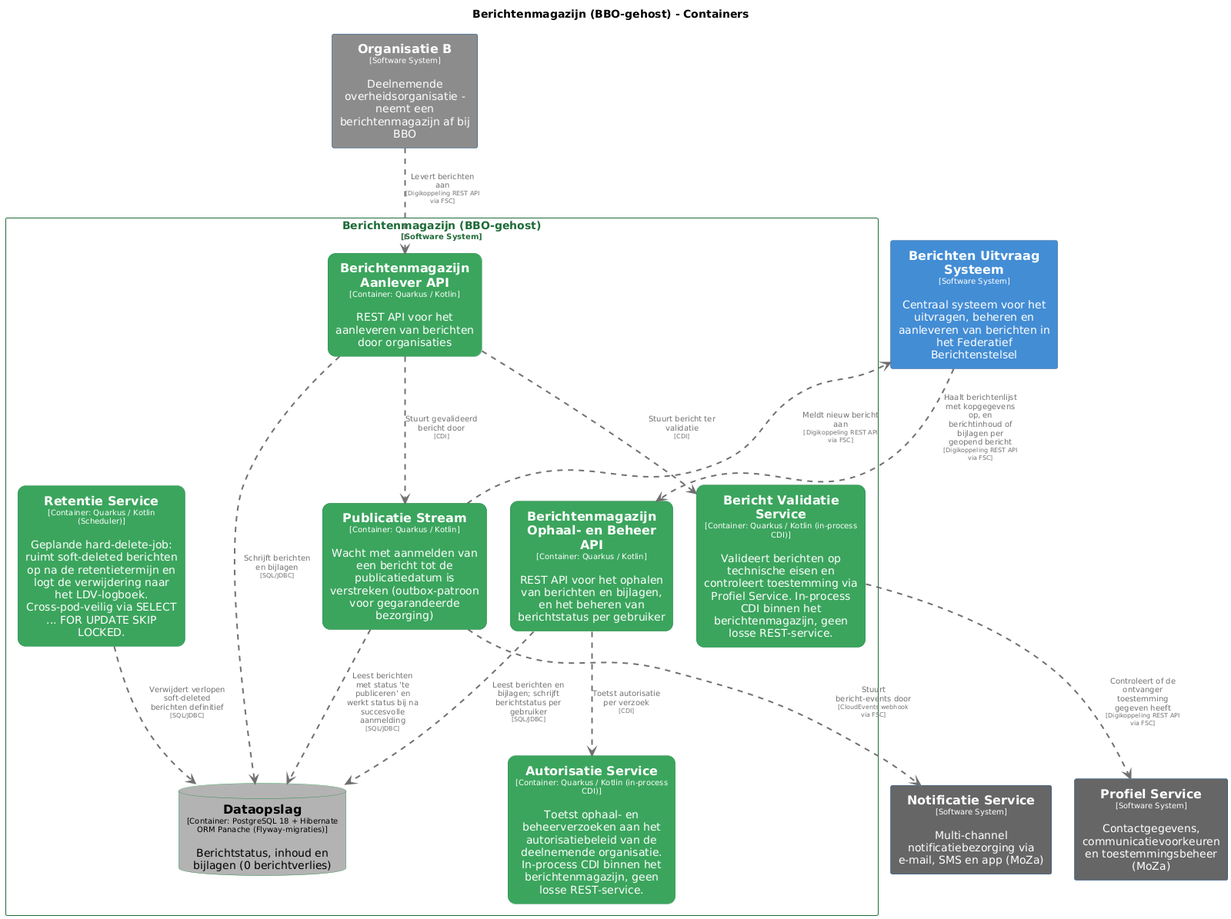
Above: pr-preview/pr-361/master/png/BerichtenmagazijnContainers.png in MinBZK/moza-poc-fbs-berichtenbox (PlantUML), before the change. Its diagram source:
```plantuml
@startuml
set separator none
title Berichtenmagazijn (BBO-gehost) - Containers

top to bottom direction
skinparam ranksep 60
skinparam nodesep 30

skinparam {
  arrowFontSize 10
  defaultTextAlignment center
  wrapWidth 200
  maxMessageSize 100
}

hide stereotype

skinparam rectangle<<BerichtenmagazijnBBOgehost.AutorisatieService>> {
  BackgroundColor #3ba55d
  FontColor #ffffff
  BorderColor #2d8a4e
  roundCorner 20
  shadowing false
}
skinparam rectangle<<BerichtenmagazijnBBOgehost.BerichtValidatieService>> {
  BackgroundColor #3ba55d
  FontColor #ffffff
  BorderColor #2d8a4e
  roundCorner 20
  shadowing false
}
skinparam rectangle<<BerichtenUitvraagSysteem>> {
  BackgroundColor #438dd5
  FontColor #ffffff
  BorderColor #2e6295
  shadowing false
}
skinparam rectangle<<BerichtenmagazijnBBOgehost.BerichtenmagazijnAanleverAPI>> {
  BackgroundColor #3ba55d
  FontColor #ffffff
  BorderColor #2d8a4e
  roundCorner 20
  shadowing false
}
skinparam rectangle<<BerichtenmagazijnBBOgehost.BerichtenmagazijnOphaalenBeheerAPI>> {
  BackgroundColor #3ba55d
  FontColor #ffffff
  BorderColor #2d8a4e
  roundCorner 20
  shadowing false
}
skinparam database<<BerichtenmagazijnBBOgehost.Dataopslag>> {
  BackgroundColor #b3b3b3
  FontColor #000000
  BorderColor #2d8a4e
  shadowing false
}
skinparam rectangle<<NotificatieService>> {
  BackgroundColor #666666
  FontColor #ffffff
  BorderColor #0b4884
  shadowing false
}
skinparam rectangle<<OrganisatieB>> {
  BackgroundColor #8c8c8c
  FontColor #ffffff
  BorderColor #0b4884
  shadowing false
}
skinparam rectangle<<ProfielService>> {
  BackgroundColor #666666
  FontColor #ffffff
  BorderColor #0b4884
  shadowing false
}
skinparam rectangle<<BerichtenmagazijnBBOgehost.PublicatieStream>> {
  BackgroundColor #3ba55d
  FontColor #ffffff
  BorderColor #2d8a4e
  roundCorner 20
  shadowing false
}
skinparam rectangle<<BerichtenmagazijnBBOgehost.RetentieService>> {
  BackgroundColor #3ba55d
  FontColor #ffffff
  BorderColor #2d8a4e
  roundCorner 20
  shadowing false
}
skinparam rectangle<<BerichtenmagazijnBBOgehost>> {
  BorderColor #1e6b38
  FontColor #1e6b38
  shadowing false
}

rectangle "==Profiel Service\n<size:10>[Software System]</size>\n\nContactgegevens, communicatievoorkeuren en toestemmingsbeheer (MoZa)" <<ProfielService>> as ProfielService
rectangle "==Notificatie Service\n<size:10>[Software System]</size>\n\nMulti-channel notificatiebezorging via e-mail, SMS en app (MoZa)" <<NotificatieService>> as NotificatieService
rectangle "==Organisatie B\n<size:10>[Software System]</size>\n\nDeelnemende overheidsorganisatie - neemt een berichtenmagazijn af bij BBO" <<OrganisatieB>> as OrganisatieB
rectangle "==Berichten Uitvraag Systeem\n<size:10>[Software System]</size>\n\nCentraal systeem voor het uitvragen, beheren en aanleveren van berichten in het Federatief Berichtenstelsel" <<BerichtenUitvraagSysteem>> as BerichtenUitvraagSysteem

rectangle "Berichtenmagazijn (BBO-gehost)\n<size:10>[Software System]</size>" <<BerichtenmagazijnBBOgehost>> {
  rectangle "==Berichtenmagazijn Ophaal- en Beheer API\n<size:10>[Container: Quarkus / Kotlin]</size>\n\nREST API voor het ophalen van berichten en bijlagen, en het beheren van berichtstatus per gebruiker" <<BerichtenmagazijnBBOgehost.BerichtenmagazijnOphaalenBeheerAPI>> as BerichtenmagazijnBBOgehost.BerichtenmagazijnOphaalenBeheerAPI
  rectangle "==Berichtenmagazijn Aanlever API\n<size:10>[Container: Quarkus / Kotlin]</size>\n\nREST API voor het aanleveren van berichten door organisaties" <<BerichtenmagazijnBBOgehost.BerichtenmagazijnAanleverAPI>> as BerichtenmagazijnBBOgehost.BerichtenmagazijnAanleverAPI
  database "==Dataopslag\n<size:10>[Container: PostgreSQL 18 + Hibernate ORM Panache (Flyway-migraties)]</size>\n\nBerichtstatus, inhoud en bijlagen (0 berichtverlies)" <<BerichtenmagazijnBBOgehost.Dataopslag>> as BerichtenmagazijnBBOgehost.Dataopslag
  rectangle "==Bericht Validatie Service\n<size:10>[Container: Quarkus / Kotlin (in-process CDI)]</size>\n\nValideert berichten op technische eisen en controleert toestemming via Profiel Service. In-process CDI binnen het berichtenmagazijn, geen losse REST-service." <<BerichtenmagazijnBBOgehost.BerichtValidatieService>> as BerichtenmagazijnBBOgehost.BerichtValidatieService
  rectangle "==Publicatie Stream\n<size:10>[Container: Quarkus / Kotlin]</size>\n\nWacht met aanmelden van een bericht tot de publicatiedatum is verstreken (outbox-patroon voor gegarandeerde bezorging)" <<BerichtenmagazijnBBOgehost.PublicatieStream>> as BerichtenmagazijnBBOgehost.PublicatieStream
  rectangle "==Autorisatie Service\n<size:10>[Container: Quarkus / Kotlin (in-process CDI)]</size>\n\nToetst ophaal- en beheerverzoeken aan het autorisatiebeleid van de deelnemende organisatie. In-process CDI binnen het berichtenmagazijn, geen losse REST-service." <<BerichtenmagazijnBBOgehost.AutorisatieService>> as BerichtenmagazijnBBOgehost.AutorisatieService
  rectangle "==Retentie Service\n<size:10>[Container: Quarkus / Kotlin (Scheduler)]</size>\n\nGeplande hard-delete-job: ruimt soft-deleted berichten op na de retentietermijn en logt de verwijdering naar het LDV-logboek. Cross-pod-veilig via SELECT ... FOR UPDATE SKIP LOCKED." <<BerichtenmagazijnBBOgehost.RetentieService>> as BerichtenmagazijnBBOgehost.RetentieService
}

BerichtenUitvraagSysteem .[#707070,thickness=2].> BerichtenmagazijnBBOgehost.BerichtenmagazijnOphaalenBeheerAPI : "<color:#707070>Haalt berichtenlijst met kopgegevens op, en berichtinhoud of bijlagen per geopend bericht\n<color:#707070><size:8>[Digikoppeling REST API via FSC]</size>"
BerichtenmagazijnBBOgehost.PublicatieStream .[#707070,thickness=2].> BerichtenUitvraagSysteem : "<color:#707070>Meldt nieuw bericht aan\n<color:#707070><size:8>[Digikoppeling REST API via FSC]</size>"
BerichtenmagazijnBBOgehost.PublicatieStream .[#707070,thickness=2].> NotificatieService : "<color:#707070>Stuurt bericht-events door\n<color:#707070><size:8>[CloudEvents webhook via FSC]</size>"
OrganisatieB .[#707070,thickness=2].> BerichtenmagazijnBBOgehost.BerichtenmagazijnAanleverAPI : "<color:#707070>Levert berichten aan\n<color:#707070><size:8>[Digikoppeling REST API via FSC]</size>"
BerichtenmagazijnBBOgehost.BerichtValidatieService .[#707070,thickness=2].> ProfielService : "<color:#707070>Controleert of de ontvanger toestemming gegeven heeft\n<color:#707070><size:8>[Digikoppeling REST API via FSC]</size>"
BerichtenmagazijnBBOgehost.BerichtenmagazijnOphaalenBeheerAPI .[#707070,thickness=2].> BerichtenmagazijnBBOgehost.Dataopslag : "<color:#707070>Leest berichten en bijlagen; schrijft berichtstatus per gebruiker\n<color:#707070><size:8>[SQL/JDBC]</size>"
BerichtenmagazijnBBOgehost.BerichtenmagazijnAanleverAPI .[#707070,thickness=2].> BerichtenmagazijnBBOgehost.Dataopslag : "<color:#707070>Schrijft berichten en bijlagen\n<color:#707070><size:8>[SQL/JDBC]</size>"
BerichtenmagazijnBBOgehost.BerichtenmagazijnAanleverAPI .[#707070,thickness=2].> BerichtenmagazijnBBOgehost.BerichtValidatieService : "<color:#707070>Stuurt bericht ter validatie\n<color:#707070><size:8>[CDI]</size>"
BerichtenmagazijnBBOgehost.BerichtenmagazijnAanleverAPI .[#707070,thickness=2].> BerichtenmagazijnBBOgehost.PublicatieStream : "<color:#707070>Stuurt gevalideerd bericht door\n<color:#707070><size:8>[CDI]</size>"
BerichtenmagazijnBBOgehost.PublicatieStream .[#707070,thickness=2].> BerichtenmagazijnBBOgehost.Dataopslag : "<color:#707070>Leest berichten met status 'te publiceren' en werkt status bij na succesvolle aanmelding\n<color:#707070><size:8>[SQL/JDBC]</size>"
BerichtenmagazijnBBOgehost.BerichtenmagazijnOphaalenBeheerAPI .[#707070,thickness=2].> BerichtenmagazijnBBOgehost.AutorisatieService : "<color:#707070>Toetst autorisatie per verzoek\n<color:#707070><size:8>[CDI]</size>"
BerichtenmagazijnBBOgehost.RetentieService .[#707070,thickness=2].> BerichtenmagazijnBBOgehost.Dataopslag : "<color:#707070>Verwijdert verlopen soft-deleted berichten definitief\n<color:#707070><size:8>[SQL/JDBC]</size>"
@enduml
```
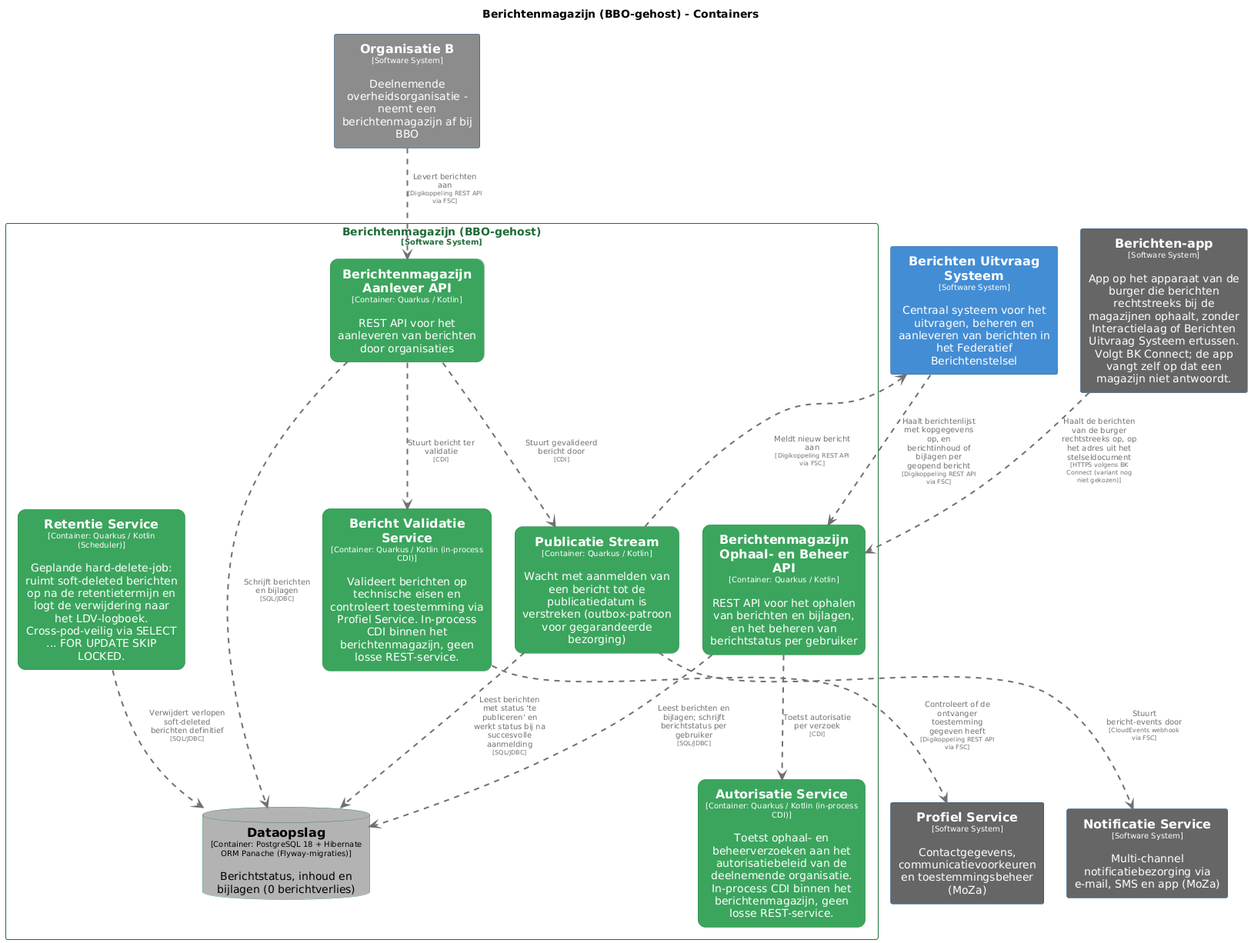
The same diagram one commit later.

What changed in the source:
```diff
@@ -33,6 +33,12 @@
   BackgroundColor #438dd5
   FontColor #ffffff
   BorderColor #2e6295
+  shadowing false
+}
+skinparam rectangle<<Berichtenapp>> {
+  BackgroundColor #666666
+  FontColor #ffffff
+  BorderColor #0b4884
   shadowing false
 }
 skinparam rectangle<<BerichtenmagazijnBBOgehost.BerichtenmagazijnAanleverAPI>> {
@@ -97,6 +103,7 @@
 rectangle "==Notificatie Service\n<size:10>[Software System]</size>\n\nMulti-channel notificatiebezorging via e-mail, SMS en app (MoZa)" <<NotificatieService>> as NotificatieService
 rectangle "==Organisatie B\n<size:10>[Software System]</size>\n\nDeelnemende overheidsorganisatie - neemt een berichtenmagazijn af bij BBO" <<OrganisatieB>> as OrganisatieB
 rectangle "==Berichten Uitvraag Systeem\n<size:10>[Software System]</size>\n\nCentraal systeem voor het uitvragen, beheren en aanleveren van berichten in het Federatief Berichtenstelsel" <<BerichtenUitvraagSysteem>> as BerichtenUitvraagSysteem
+rectangle "==Berichten-app\n<size:10>[Software System]</size>\n\nApp op het apparaat van de burger die berichten rechtstreeks bij de magazijnen ophaalt, zonder Interactielaag of Berichten Uitvraag Systeem ertussen. Volgt BK Connect; de app vangt zelf op dat een magazijn niet antwoordt." <<Berichtenapp>> as Berichtenapp
 
 rectangle "Berichtenmagazijn (BBO-gehost)\n<size:10>[Software System]</size>" <<BerichtenmagazijnBBOgehost>> {
   rectangle "==Berichtenmagazijn Ophaal- en Beheer API\n<size:10>[Container: Quarkus / Kotlin]</size>\n\nREST API voor het ophalen van berichten en bijlagen, en het beheren van berichtstatus per gebruiker" <<BerichtenmagazijnBBOgehost.BerichtenmagazijnOphaalenBeheerAPI>> as BerichtenmagazijnBBOgehost.BerichtenmagazijnOphaalenBeheerAPI
@@ -108,6 +115,7 @@
   rectangle "==Retentie Service\n<size:10>[Container: Quarkus / Kotlin (Scheduler)]</size>\n\nGeplande hard-delete-job: ruimt soft-deleted berichten op na de retentietermijn en logt de verwijdering naar het LDV-logboek. Cross-pod-veilig via SELECT ... FOR UPDATE SKIP LOCKED." <<BerichtenmagazijnBBOgehost.RetentieService>> as BerichtenmagazijnBBOgehost.RetentieService
 }
 
+Berichtenapp .[#707070,thickness=2].> BerichtenmagazijnBBOgehost.BerichtenmagazijnOphaalenBeheerAPI : "<color:#707070>Haalt de berichten van de burger rechtstreeks op, op het adres uit het stelseldocument\n<color:#707070><size:8>[HTTPS volgens BK Connect (variant nog niet gekozen)]</size>"
 BerichtenUitvraagSysteem .[#707070,thickness=2].> BerichtenmagazijnBBOgehost.BerichtenmagazijnOphaalenBeheerAPI : "<color:#707070>Haalt berichtenlijst met kopgegevens op, en berichtinhoud of bijlagen per geopend bericht\n<color:#707070><size:8>[Digikoppeling REST API via FSC]</size>"
 BerichtenmagazijnBBOgehost.PublicatieStream .[#707070,thickness=2].> BerichtenUitvraagSysteem : "<color:#707070>Meldt nieuw bericht aan\n<color:#707070><size:8>[Digikoppeling REST API via FSC]</size>"
 BerichtenmagazijnBBOgehost.PublicatieStream .[#707070,thickness=2].> NotificatieService : "<color:#707070>Stuurt bericht-events door\n<color:#707070><size:8>[CloudEvents webhook via FSC]</size>"
```
